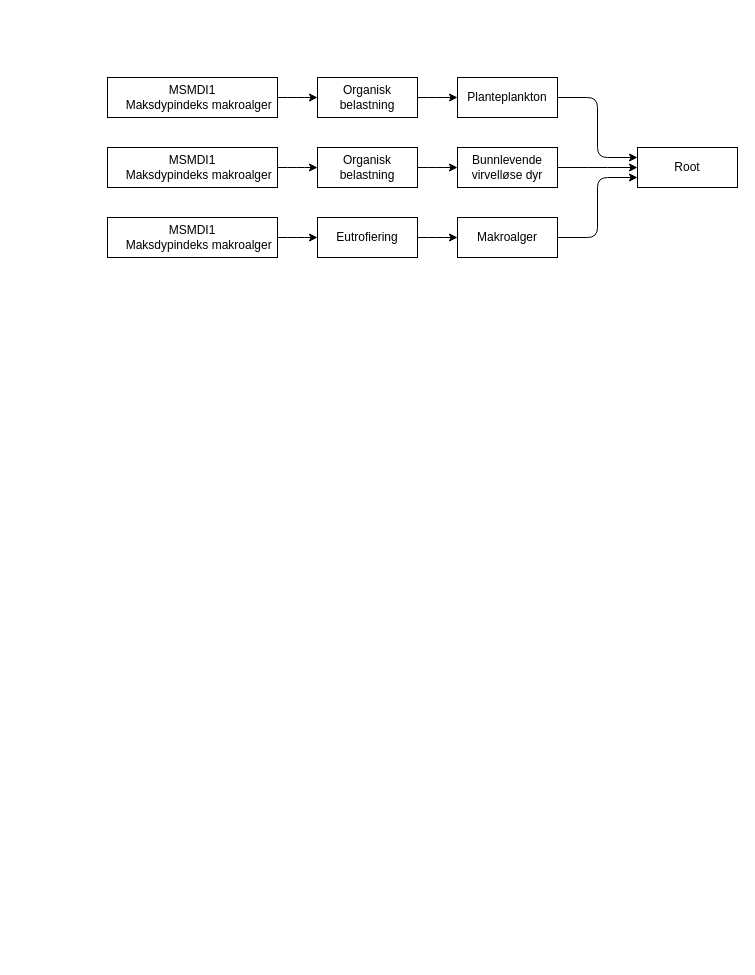
Above: martini.drawio in ciaran-dk/flowchart (draw.io), before the change. Source tidied: cells renumbered, new cells numbered last; positions are measured from the earlier drawing's top-left corner, leaving out a move shared by most shapes. Both pictures are drawn from the tidied source at 100%, with x=0, y=0 at pixel (107, 77).
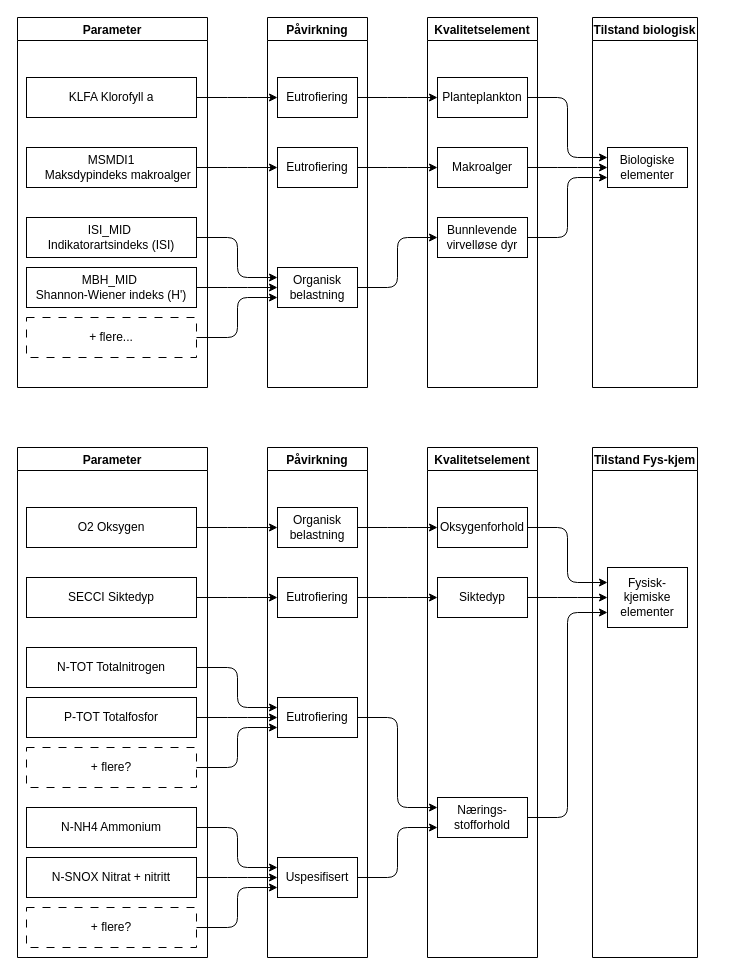
The same page after the edit.

What changed in the source:
```diff
@@
     <mxCell id="2" value="Planteplankton" style="whiteSpace=wrap;html=1;" parent="1" vertex="1">
-      <mxGeometry x="350" width="100" height="40" as="geometry" />
+      <mxGeometry x="330" width="90" height="40" as="geometry" />
     </mxCell>
@@
-    <mxCell id="4" value="Root" style="whiteSpace=wrap;html=1;" parent="1" vertex="1">
-      <mxGeometry x="530" y="70" width="100" height="40" as="geometry" />
+    <mxCell id="4" value="Biologiske elementer" style="whiteSpace=wrap;html=1;" parent="1" vertex="1">
+      <mxGeometry x="500" y="70" width="80" height="40" as="geometry" />
     </mxCell>
-    <mxCell id="5" value="Bunnlevende virvelløse dyr" style="whiteSpace=wrap;html=1;" parent="1" vertex="1">
-      <mxGeometry x="350" y="70" width="100" height="40" as="geometry" />
+    <mxCell id="5" value="Makroalger" style="whiteSpace=wrap;html=1;" parent="1" vertex="1">
+      <mxGeometry x="330" y="70" width="90" height="40" as="geometry" />
     </mxCell>
@@
-    <mxCell id="7" value="Makroalger" style="whiteSpace=wrap;html=1;" parent="1" vertex="1">
-      <mxGeometry x="350" y="140" width="100" height="40" as="geometry" />
+    <mxCell id="7" value="Bunnlevende virvelløse dyr" style="whiteSpace=wrap;html=1;" parent="1" vertex="1">
+      <mxGeometry x="330" y="140" width="90" height="40" as="geometry" />
     </mxCell>
@@
-    <mxCell id="9" value="Eutrofiering" style="whiteSpace=wrap;html=1;" parent="1" vertex="1">
-      <mxGeometry x="210" y="140" width="100" height="40" as="geometry" />
+    <mxCell id="9" value="Organisk belastning" style="whiteSpace=wrap;html=1;" parent="1" vertex="1">
+      <mxGeometry x="170" y="190" width="80" height="40" as="geometry" />
     </mxCell>
@@
-    <mxCell id="11" value="&lt;div&gt;MSMDI1&lt;/div&gt;&lt;div&gt;&amp;nbsp; &amp;nbsp; Maksdypindeks makroalger&lt;/div&gt;" style="whiteSpace=wrap;html=1;" parent="1" vertex="1">
-      <mxGeometry y="140" width="170" height="40" as="geometry" />
+    <mxCell id="11" value="&lt;div&gt;ISI_MID&amp;nbsp;&lt;/div&gt;&lt;div&gt;Indikatorartsindeks (ISI)&lt;/div&gt;" style="whiteSpace=wrap;html=1;" parent="1" vertex="1">
+      <mxGeometry x="-81" y="140" width="170" height="40" as="geometry" />
     </mxCell>
-    <mxCell id="12" style="edgeStyle=elbowEdgeStyle;elbow=horizontal;html=1;rounded=1;curved=0;sourcePerimeterSpacing=0;targetPerimeterSpacing=0;startSize=6;endSize=6;entryX=0;entryY=0.5;entryDx=0;entryDy=0;" parent="1" edge="1" source="11" target="9">
+    <mxCell id="12" style="edgeStyle=elbowEdgeStyle;elbow=horizontal;html=1;rounded=1;curved=0;sourcePerimeterSpacing=0;targetPerimeterSpacing=0;startSize=6;endSize=6;entryX=0;entryY=0.25;entryDx=0;entryDy=0;" parent="1" edge="1" source="11" target="9">
       <mxGeometry relative="1" as="geometry" />
     </mxCell>
-    <mxCell id="13" value="Organisk belastning" style="whiteSpace=wrap;html=1;" parent="1" vertex="1">
-      <mxGeometry x="210" y="70" width="100" height="40" as="geometry" />
+    <mxCell id="13" value="Eutrofiering" style="whiteSpace=wrap;html=1;" parent="1" vertex="1">
+      <mxGeometry x="170" y="70" width="80" height="40" as="geometry" />
     </mxCell>
@@
     <mxCell id="15" value="&lt;div&gt;MSMDI1&lt;/div&gt;&lt;div&gt;&amp;nbsp; &amp;nbsp; Maksdypindeks makroalger&lt;/div&gt;" style="whiteSpace=wrap;html=1;" parent="1" vertex="1">
-      <mxGeometry y="70" width="170" height="40" as="geometry" />
+      <mxGeometry x="-81" y="70" width="170" height="40" as="geometry" />
     </mxCell>
@@
-    <mxCell id="17" value="Organisk belastning" style="whiteSpace=wrap;html=1;" parent="1" vertex="1">
-      <mxGeometry x="210" width="100" height="40" as="geometry" />
+    <mxCell id="17" value="Eutrofiering" style="whiteSpace=wrap;html=1;" parent="1" vertex="1">
+      <mxGeometry x="170" width="80" height="40" as="geometry" />
     </mxCell>
@@
-    <mxCell id="19" value="&lt;div&gt;MSMDI1&lt;/div&gt;&lt;div&gt;&amp;nbsp; &amp;nbsp; Maksdypindeks makroalger&lt;/div&gt;" style="whiteSpace=wrap;html=1;" parent="1" vertex="1">
-      <mxGeometry width="170" height="40" as="geometry" />
+    <mxCell id="19" value="KLFA Klorofyll a" style="whiteSpace=wrap;html=1;" parent="1" vertex="1">
+      <mxGeometry x="-81" width="170" height="40" as="geometry" />
     </mxCell>
@@
+    <mxCell id="21" value="&lt;div&gt;MBH_MID&amp;nbsp;&lt;/div&gt;&lt;div&gt;Shannon-Wiener indeks (H')&lt;/div&gt;" style="whiteSpace=wrap;html=1;" parent="1" vertex="1">
+      <mxGeometry x="-81" y="190" width="170" height="40" as="geometry" />
+    </mxCell>
+    <mxCell id="22" style="edgeStyle=elbowEdgeStyle;elbow=horizontal;html=1;rounded=1;curved=0;sourcePerimeterSpacing=0;targetPerimeterSpacing=0;startSize=6;endSize=6;entryX=0;entryY=0.5;entryDx=0;entryDy=0;" parent="1" edge="1" source="21" target="9">
+      <mxGeometry relative="1" as="geometry" />
+    </mxCell>
+    <mxCell id="23" value="+ flere..." style="whiteSpace=wrap;html=1;dashed=1;dashPattern=8 8;" parent="1" vertex="1">
+      <mxGeometry x="-81" y="240" width="170" height="40" as="geometry" />
+    </mxCell>
+    <mxCell id="24" style="edgeStyle=elbowEdgeStyle;elbow=horizontal;html=1;rounded=1;curved=0;sourcePerimeterSpacing=0;targetPerimeterSpacing=0;startSize=6;endSize=6;entryX=0;entryY=0.75;entryDx=0;entryDy=0;" parent="1" edge="1" source="23" target="9">
+      <mxGeometry relative="1" as="geometry" />
+    </mxCell>
+    <mxCell id="25" value="Parameter" style="swimlane;" parent="1" vertex="1">
+      <mxGeometry x="-90" y="-60" width="190" height="370" as="geometry" />
+    </mxCell>
+    <mxCell id="26" value="Påvirkning" style="swimlane;" parent="1" vertex="1">
+      <mxGeometry x="160" y="-60" width="100" height="370" as="geometry" />
+    </mxCell>
+    <mxCell id="27" value="Kvalitetselement" style="swimlane;" parent="1" vertex="1">
+      <mxGeometry x="320" y="-60" width="110" height="370" as="geometry" />
+    </mxCell>
+    <mxCell id="28" value="Tilstand biologisk" style="swimlane;" parent="1" vertex="1">
+      <mxGeometry x="485" y="-60" width="105" height="370" as="geometry" />
+    </mxCell>
+    <mxCell id="29" value="Oksygenforhold" style="whiteSpace=wrap;html=1;" parent="1" vertex="1">
+      <mxGeometry x="330" y="430" width="90" height="40" as="geometry" />
+    </mxCell>
+    <mxCell id="30" style="edgeStyle=elbowEdgeStyle;elbow=horizontal;html=1;rounded=1;curved=0;sourcePerimeterSpacing=0;targetPerimeterSpacing=0;startSize=6;endSize=6;entryX=0;entryY=0.25;entryDx=0;entryDy=0;" parent="1" edge="1" source="29" target="31">
+      <mxGeometry relative="1" as="geometry" />
+    </mxCell>
+    <mxCell id="31" value="Fysisk-kjemiske elementer" style="whiteSpace=wrap;html=1;" parent="1" vertex="1">
+      <mxGeometry x="500" y="490" width="80" height="60" as="geometry" />
+    </mxCell>
+    <mxCell id="32" value="Siktedyp" style="whiteSpace=wrap;html=1;" parent="1" vertex="1">
+      <mxGeometry x="330" y="500" width="90" height="40" as="geometry" />
+    </mxCell>
+    <mxCell id="33" style="edgeStyle=elbowEdgeStyle;elbow=horizontal;html=1;rounded=1;curved=0;sourcePerimeterSpacing=0;targetPerimeterSpacing=0;startSize=6;endSize=6;entryX=0;entryY=0.5;entryDx=0;entryDy=0;" parent="1" edge="1" source="32" target="31">
+      <mxGeometry relative="1" as="geometry" />
+    </mxCell>
+    <mxCell id="34" style="edgeStyle=elbowEdgeStyle;elbow=horizontal;html=1;rounded=1;curved=0;sourcePerimeterSpacing=0;targetPerimeterSpacing=0;startSize=6;endSize=6;entryX=0;entryY=0.75;entryDx=0;entryDy=0;" parent="1" edge="1" source="61" target="31">
+      <mxGeometry relative="1" as="geometry" />
+    </mxCell>
+    <mxCell id="35" value="Eutrofiering" style="whiteSpace=wrap;html=1;" parent="1" vertex="1">
+      <mxGeometry x="170" y="620" width="80" height="40" as="geometry" />
+    </mxCell>
+    <mxCell id="36" style="edgeStyle=elbowEdgeStyle;elbow=horizontal;html=1;rounded=1;curved=0;sourcePerimeterSpacing=0;targetPerimeterSpacing=0;startSize=6;endSize=6;entryX=0;entryY=0.25;entryDx=0;entryDy=0;" parent="1" edge="1" source="35" target="61">
+      <mxGeometry relative="1" as="geometry" />
+    </mxCell>
+    <mxCell id="37" value="N-TOT Totalnitrogen" style="whiteSpace=wrap;html=1;" parent="1" vertex="1">
+      <mxGeometry x="-81" y="570" width="170" height="40" as="geometry" />
+    </mxCell>
+    <mxCell id="38" style="edgeStyle=elbowEdgeStyle;elbow=horizontal;html=1;rounded=1;curved=0;sourcePerimeterSpacing=0;targetPerimeterSpacing=0;startSize=6;endSize=6;entryX=0;entryY=0.25;entryDx=0;entryDy=0;" parent="1" edge="1" source="37" target="35">
+      <mxGeometry relative="1" as="geometry" />
+    </mxCell>
+    <mxCell id="39" value="Eutrofiering" style="whiteSpace=wrap;html=1;" parent="1" vertex="1">
+      <mxGeometry x="170" y="500" width="80" height="40" as="geometry" />
+    </mxCell>
+    <mxCell id="40" style="edgeStyle=elbowEdgeStyle;elbow=horizontal;html=1;rounded=1;curved=0;sourcePerimeterSpacing=0;targetPerimeterSpacing=0;startSize=6;endSize=6;entryX=0;entryY=0.5;entryDx=0;entryDy=0;" parent="1" edge="1" source="39" target="32">
+      <mxGeometry relative="1" as="geometry" />
+    </mxCell>
+    <mxCell id="41" value="SECCI Siktedyp" style="whiteSpace=wrap;html=1;" parent="1" vertex="1">
+      <mxGeometry x="-81" y="500" width="170" height="40" as="geometry" />
+    </mxCell>
+    <mxCell id="42" style="edgeStyle=elbowEdgeStyle;elbow=horizontal;html=1;rounded=1;curved=0;sourcePerimeterSpacing=0;targetPerimeterSpacing=0;startSize=6;endSize=6;entryX=0;entryY=0.5;entryDx=0;entryDy=0;" parent="1" edge="1" source="41" target="39">
+      <mxGeometry relative="1" as="geometry" />
+    </mxCell>
+    <mxCell id="43" value="Organisk belastning" style="whiteSpace=wrap;html=1;" parent="1" vertex="1">
+      <mxGeometry x="170" y="430" width="80" height="40" as="geometry" />
+    </mxCell>
+    <mxCell id="44" style="edgeStyle=elbowEdgeStyle;elbow=horizontal;html=1;rounded=1;curved=0;sourcePerimeterSpacing=0;targetPerimeterSpacing=0;startSize=6;endSize=6;entryX=0;entryY=0.5;entryDx=0;entryDy=0;" parent="1" edge="1" source="43" target="29">
+      <mxGeometry relative="1" as="geometry" />
+    </mxCell>
+    <mxCell id="45" value="O2 Oksygen" style="whiteSpace=wrap;html=1;" parent="1" vertex="1">
+      <mxGeometry x="-81" y="430" width="170" height="40" as="geometry" />
+    </mxCell>
+    <mxCell id="46" style="edgeStyle=elbowEdgeStyle;elbow=horizontal;html=1;rounded=1;curved=0;sourcePerimeterSpacing=0;targetPerimeterSpacing=0;startSize=6;endSize=6;entryX=0;entryY=0.5;entryDx=0;entryDy=0;" parent="1" edge="1" source="45" target="43">
+      <mxGeometry relative="1" as="geometry" />
+    </mxCell>
+    <mxCell id="47" value="P-TOT Totalfosfor" style="whiteSpace=wrap;html=1;" parent="1" vertex="1">
+      <mxGeometry x="-81" y="620" width="170" height="40" as="geometry" />
+    </mxCell>
+    <mxCell id="48" style="edgeStyle=elbowEdgeStyle;elbow=horizontal;html=1;rounded=1;curved=0;sourcePerimeterSpacing=0;targetPerimeterSpacing=0;startSize=6;endSize=6;entryX=0;entryY=0.5;entryDx=0;entryDy=0;" parent="1" edge="1" source="47" target="35">
+      <mxGeometry relative="1" as="geometry" />
+    </mxCell>
+    <mxCell id="49" value="+ flere?" style="whiteSpace=wrap;html=1;dashed=1;dashPattern=8 8;" parent="1" vertex="1">
+      <mxGeometry x="-81" y="670" width="170" height="40" as="geometry" />
+    </mxCell>
+    <mxCell id="50" style="edgeStyle=elbowEdgeStyle;elbow=horizontal;html=1;rounded=1;curved=0;sourcePerimeterSpacing=0;targetPerimeterSpacing=0;startSize=6;endSize=6;entryX=0;entryY=0.75;entryDx=0;entryDy=0;" parent="1" edge="1" source="49" target="35">
+      <mxGeometry relative="1" as="geometry" />
+    </mxCell>
+    <mxCell id="51" value="Parameter" style="swimlane;" parent="1" vertex="1">
+      <mxGeometry x="-90" y="370" width="190" height="510" as="geometry" />
+    </mxCell>
+    <mxCell id="52" value="Uspesifisert" style="whiteSpace=wrap;html=1;" parent="51" vertex="1">
+      <mxGeometry x="260" y="410" width="80" height="40" as="geometry" />
+    </mxCell>
+    <mxCell id="53" value="N-NH4 Ammonium" style="whiteSpace=wrap;html=1;" parent="51" vertex="1">
+      <mxGeometry x="9" y="360" width="170" height="40" as="geometry" />
+    </mxCell>
+    <mxCell id="54" style="edgeStyle=elbowEdgeStyle;elbow=horizontal;html=1;rounded=1;curved=0;sourcePerimeterSpacing=0;targetPerimeterSpacing=0;startSize=6;endSize=6;entryX=0;entryY=0.25;entryDx=0;entryDy=0;" parent="51" edge="1" source="53" target="52">
+      <mxGeometry relative="1" as="geometry" />
+    </mxCell>
+    <mxCell id="55" value="N-SNOX Nitrat + nitritt" style="whiteSpace=wrap;html=1;" parent="51" vertex="1">
+      <mxGeometry x="9" y="410" width="170" height="40" as="geometry" />
+    </mxCell>
+    <mxCell id="56" style="edgeStyle=elbowEdgeStyle;elbow=horizontal;html=1;rounded=1;curved=0;sourcePerimeterSpacing=0;targetPerimeterSpacing=0;startSize=6;endSize=6;entryX=0;entryY=0.5;entryDx=0;entryDy=0;" parent="51" edge="1" source="55" target="52">
+      <mxGeometry relative="1" as="geometry" />
+    </mxCell>
+    <mxCell id="57" value="+ flere?" style="whiteSpace=wrap;html=1;dashed=1;dashPattern=8 8;" parent="51" vertex="1">
+      <mxGeometry x="9" y="460" width="170" height="40" as="geometry" />
+    </mxCell>
+    <mxCell id="58" style="edgeStyle=elbowEdgeStyle;elbow=horizontal;html=1;rounded=1;curved=0;sourcePerimeterSpacing=0;targetPerimeterSpacing=0;startSize=6;endSize=6;entryX=0;entryY=0.75;entryDx=0;entryDy=0;" parent="51" edge="1" source="57" target="52">
+      <mxGeometry relative="1" as="geometry" />
+    </mxCell>
+    <mxCell id="59" value="Påvirkning" style="swimlane;" parent="1" vertex="1">
+      <mxGeometry x="160" y="370" width="100" height="510" as="geometry" />
+    </mxCell>
+    <mxCell id="60" value="Kvalitetselement" style="swimlane;" parent="1" vertex="1">
+      <mxGeometry x="320" y="370" width="110" height="510" as="geometry" />
+    </mxCell>
+    <mxCell id="61" value="Nærings-stofforhold" style="whiteSpace=wrap;html=1;" parent="60" vertex="1">
+      <mxGeometry x="10" y="350" width="90" height="40" as="geometry" />
+    </mxCell>
+    <mxCell id="62" value="Tilstand Fys-kjem" style="swimlane;" parent="1" vertex="1">
+      <mxGeometry x="485" y="370" width="105" height="510" as="geometry" />
+    </mxCell>
+    <mxCell id="63" style="edgeStyle=elbowEdgeStyle;elbow=horizontal;html=1;rounded=1;curved=0;sourcePerimeterSpacing=0;targetPerimeterSpacing=0;startSize=6;endSize=6;exitX=1;exitY=0.5;exitDx=0;exitDy=0;entryX=0;entryY=0.75;entryDx=0;entryDy=0;" parent="1" edge="1" source="52" target="61">
+      <mxGeometry relative="1" as="geometry" />
+    </mxCell>
```
